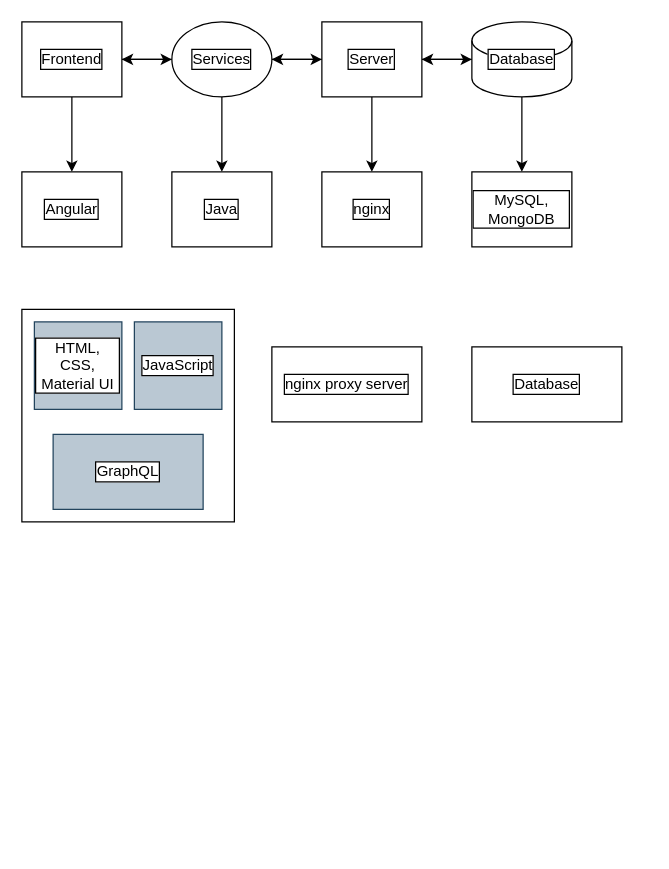
Earlier version of the draw.io diagram ecommerceapp.drawio (shashank-priyadarshi/draw.io). Source tidied: cells renumbered, new cells numbered last; positions are measured from the earlier drawing's top-left corner, leaving out a move shared by most shapes. Both pictures are drawn from the tidied source at 125%, with x=0, y=0 at pixel (21, 21).
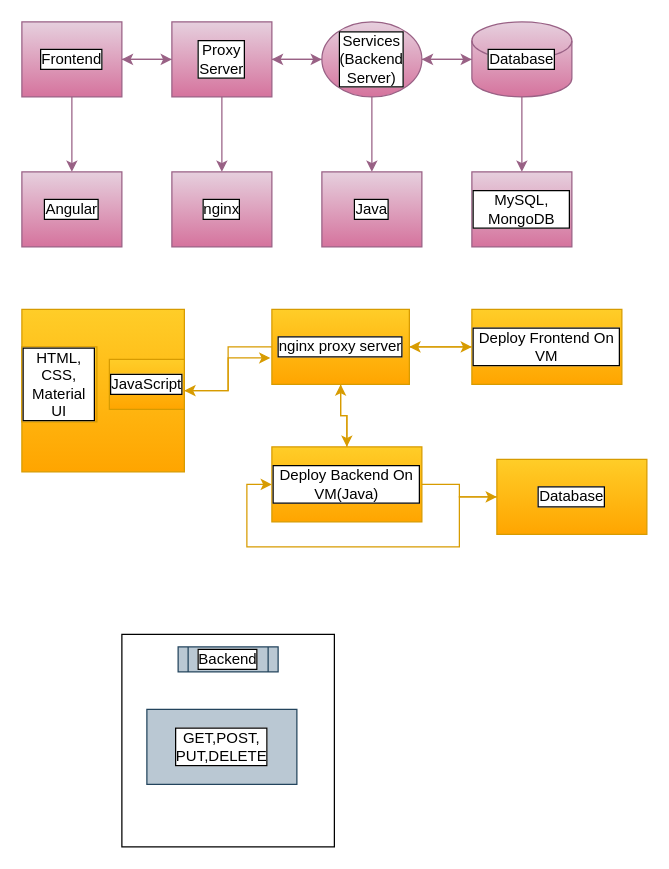
The same page after the edit.

Diff of the diagram source:
```diff
@@
-    <mxCell id="2" style="edgeStyle=orthogonalEdgeStyle;rounded=0;jettySize=auto;html=1;exitX=0.5;exitY=1;exitDx=0;exitDy=0;" parent="1" edge="1" source="4" target="14">
+    <mxCell id="2" style="edgeStyle=orthogonalEdgeStyle;rounded=0;jettySize=auto;html=1;exitX=0.5;exitY=1;exitDx=0;exitDy=0;fillColor=#e6d0de;strokeColor=#996185;gradientColor=#d5739d;" parent="1" edge="1" source="4" target="14">
       <mxGeometry relative="1" as="geometry" />
     </mxCell>
-    <mxCell id="3" style="edgeStyle=orthogonalEdgeStyle;rounded=0;jettySize=auto;html=1;" parent="1" edge="1" source="4" target="11">
-      <mxGeometry relative="1" as="geometry" />
-    </mxCell>
+    <mxCell id="26" style="edgeStyle=orthogonalEdgeStyle;rounded=0;jettySize=auto;html=1;entryX=0;entryY=0.5;entryDx=0;entryDy=0;fillColor=#e6d0de;strokeColor=#996185;gradientColor=#d5739d;" parent="1" edge="1" source="4" target="19">
+      <mxGeometry relative="1" as="geometry" />
+    </mxCell>
-    <mxCell id="4" value="Frontend" style="rounded=0;whiteSpace=wrap;html=1;labelBackgroundColor=default;labelBorderColor=default;" parent="1" vertex="1">
+    <mxCell id="4" value="Frontend" style="rounded=0;whiteSpace=wrap;html=1;labelBackgroundColor=default;labelBorderColor=default;fillColor=#e6d0de;strokeColor=#996185;gradientColor=#d5739d;" parent="1" vertex="1">
       <mxGeometry width="80" height="60" as="geometry" />
     </mxCell>
-    <mxCell id="5" style="edgeStyle=orthogonalEdgeStyle;rounded=0;jettySize=auto;html=1;exitX=0.5;exitY=1;exitDx=0;exitDy=0;exitPerimeter=0;entryX=0.5;entryY=0;entryDx=0;entryDy=0;" parent="1" edge="1" source="7" target="13">
+    <mxCell id="5" style="edgeStyle=orthogonalEdgeStyle;rounded=0;jettySize=auto;html=1;exitX=0.5;exitY=1;exitDx=0;exitDy=0;exitPerimeter=0;entryX=0.5;entryY=0;entryDx=0;entryDy=0;fillColor=#e6d0de;strokeColor=#996185;gradientColor=#d5739d;" parent="1" edge="1" source="7" target="13">
       <mxGeometry relative="1" as="geometry" />
     </mxCell>
-    <mxCell id="6" style="edgeStyle=orthogonalEdgeStyle;rounded=0;jettySize=auto;html=1;entryX=1;entryY=0.5;entryDx=0;entryDy=0;" parent="1" edge="1" source="7" target="19">
-      <mxGeometry relative="1" as="geometry" />
-    </mxCell>
+    <mxCell id="27" style="edgeStyle=orthogonalEdgeStyle;rounded=0;jettySize=auto;html=1;fillColor=#e6d0de;strokeColor=#996185;gradientColor=#d5739d;" parent="1" edge="1" source="7" target="11">
+      <mxGeometry relative="1" as="geometry" />
+    </mxCell>
-    <mxCell id="7" value="Database" style="shape=cylinder3;html=1;boundedLbl=1;backgroundOutline=1;size=15;labelBackgroundColor=default;labelBorderColor=default;whiteSpace=wrap;spacingTop=-25;" parent="1" vertex="1">
+    <mxCell id="7" value="Database" style="shape=cylinder3;html=1;boundedLbl=1;backgroundOutline=1;size=15;labelBackgroundColor=default;labelBorderColor=default;whiteSpace=wrap;spacingTop=-25;fillColor=#e6d0de;strokeColor=#996185;gradientColor=#d5739d;" parent="1" vertex="1">
       <mxGeometry x="360" width="80" height="60" as="geometry" />
     </mxCell>
-    <mxCell id="8" style="edgeStyle=orthogonalEdgeStyle;rounded=0;jettySize=auto;html=1;exitX=0.5;exitY=1;exitDx=0;exitDy=0;entryX=0.5;entryY=0;entryDx=0;entryDy=0;" parent="1" edge="1" source="11" target="12">
+    <mxCell id="8" style="edgeStyle=orthogonalEdgeStyle;rounded=0;jettySize=auto;html=1;exitX=0.5;exitY=1;exitDx=0;exitDy=0;entryX=0.5;entryY=0;entryDx=0;entryDy=0;fillColor=#e6d0de;strokeColor=#996185;gradientColor=#d5739d;" parent="1" edge="1" source="11" target="12">
       <mxGeometry relative="1" as="geometry" />
     </mxCell>
-    <mxCell id="9" style="edgeStyle=orthogonalEdgeStyle;rounded=0;jettySize=auto;html=1;" parent="1" edge="1" source="11" target="19">
+    <mxCell id="9" style="edgeStyle=orthogonalEdgeStyle;rounded=0;jettySize=auto;html=1;entryX=1;entryY=0.5;entryDx=0;entryDy=0;fillColor=#e6d0de;strokeColor=#996185;gradientColor=#d5739d;" parent="1" edge="1" source="11" target="19">
       <mxGeometry relative="1" as="geometry" />
     </mxCell>
-    <mxCell id="10" style="edgeStyle=orthogonalEdgeStyle;rounded=0;jettySize=auto;html=1;" parent="1" edge="1" source="11" target="4">
-      <mxGeometry relative="1" as="geometry" />
-    </mxCell>
+    <mxCell id="28" style="edgeStyle=orthogonalEdgeStyle;rounded=0;jettySize=auto;html=1;entryX=0;entryY=0.5;entryDx=0;entryDy=0;entryPerimeter=0;fillColor=#e6d0de;strokeColor=#996185;gradientColor=#d5739d;" parent="1" edge="1" source="11" target="7">
+      <mxGeometry relative="1" as="geometry" />
+    </mxCell>
-    <mxCell id="11" value="Services" style="ellipse;whiteSpace=wrap;html=1;labelBackgroundColor=default;labelBorderColor=default;" parent="1" vertex="1">
-      <mxGeometry x="120" width="80" height="60" as="geometry" />
+    <mxCell id="11" value="Services&lt;br&gt;(Backend&lt;br&gt;Server)" style="ellipse;whiteSpace=wrap;html=1;labelBackgroundColor=default;labelBorderColor=default;fillColor=#e6d0de;strokeColor=#996185;gradientColor=#d5739d;" parent="1" vertex="1">
+      <mxGeometry x="240" width="80" height="60" as="geometry" />
     </mxCell>
-    <mxCell id="12" value="Java" style="rounded=0;whiteSpace=wrap;html=1;labelBackgroundColor=default;labelBorderColor=default;" parent="1" vertex="1">
-      <mxGeometry x="120" y="120" width="80" height="60" as="geometry" />
+    <mxCell id="12" value="Java" style="rounded=0;whiteSpace=wrap;html=1;labelBackgroundColor=default;labelBorderColor=default;fillColor=#e6d0de;strokeColor=#996185;gradientColor=#d5739d;" parent="1" vertex="1">
+      <mxGeometry x="240" y="120" width="80" height="60" as="geometry" />
     </mxCell>
-    <mxCell id="13" value="MySQL, MongoDB" style="rounded=0;whiteSpace=wrap;html=1;labelBackgroundColor=default;labelBorderColor=default;" parent="1" vertex="1">
+    <mxCell id="13" value="MySQL, MongoDB" style="rounded=0;whiteSpace=wrap;html=1;labelBackgroundColor=default;labelBorderColor=default;fillColor=#e6d0de;strokeColor=#996185;gradientColor=#d5739d;" parent="1" vertex="1">
       <mxGeometry x="360" y="120" width="80" height="60" as="geometry" />
     </mxCell>
-    <mxCell id="14" value="Angular" style="rounded=0;whiteSpace=wrap;html=1;labelBackgroundColor=default;labelBorderColor=default;" parent="1" vertex="1">
+    <mxCell id="14" value="Angular" style="rounded=0;whiteSpace=wrap;html=1;labelBackgroundColor=default;labelBorderColor=default;fillColor=#e6d0de;strokeColor=#996185;gradientColor=#d5739d;" parent="1" vertex="1">
       <mxGeometry y="120" width="80" height="60" as="geometry" />
     </mxCell>
-    <mxCell id="15" value="nginx" style="rounded=0;whiteSpace=wrap;html=1;labelBackgroundColor=default;labelBorderColor=default;" parent="1" vertex="1">
-      <mxGeometry x="240" y="120" width="80" height="60" as="geometry" />
+    <mxCell id="15" value="nginx" style="rounded=0;whiteSpace=wrap;html=1;labelBackgroundColor=default;labelBorderColor=default;fillColor=#e6d0de;strokeColor=#996185;gradientColor=#d5739d;" parent="1" vertex="1">
+      <mxGeometry x="120" y="120" width="80" height="60" as="geometry" />
     </mxCell>
+    <mxCell id="29" style="edgeStyle=orthogonalEdgeStyle;rounded=0;jettySize=auto;html=1;entryX=1;entryY=0.5;entryDx=0;entryDy=0;fillColor=#e6d0de;strokeColor=#996185;gradientColor=#d5739d;" parent="1" edge="1" source="19" target="4">
+      <mxGeometry relative="1" as="geometry" />
+    </mxCell>
+    <mxCell id="18" style="edgeStyle=orthogonalEdgeStyle;rounded=0;jettySize=auto;html=1;fillColor=#e6d0de;strokeColor=#996185;gradientColor=#d5739d;" parent="1" edge="1" source="19" target="11">
+      <mxGeometry relative="1" as="geometry" />
+    </mxCell>
-    <mxCell id="16" style="edgeStyle=orthogonalEdgeStyle;rounded=0;jettySize=auto;html=1;exitX=0.5;exitY=1;exitDx=0;exitDy=0;" parent="1" edge="1" source="19" target="15">
+    <mxCell id="16" style="edgeStyle=orthogonalEdgeStyle;rounded=0;jettySize=auto;html=1;entryX=0.5;entryY=0;entryDx=0;entryDy=0;fillColor=#e6d0de;strokeColor=#996185;gradientColor=#d5739d;" parent="1" edge="1" source="19" target="15">
       <mxGeometry relative="1" as="geometry" />
     </mxCell>
-    <mxCell id="17" style="edgeStyle=orthogonalEdgeStyle;rounded=0;jettySize=auto;html=1;" parent="1" edge="1" source="19" target="7">
-      <mxGeometry relative="1" as="geometry" />
-    </mxCell>
-    <mxCell id="18" style="edgeStyle=orthogonalEdgeStyle;rounded=0;jettySize=auto;html=1;entryX=1;entryY=0.5;entryDx=0;entryDy=0;" parent="1" edge="1" source="19" target="11">
-      <mxGeometry relative="1" as="geometry" />
-    </mxCell>
-    <mxCell id="19" value="Server" style="rounded=0;whiteSpace=wrap;html=1;labelBackgroundColor=default;labelBorderColor=default;" parent="1" vertex="1">
-      <mxGeometry x="240" width="80" height="60" as="geometry" />
+    <mxCell id="19" value="Proxy&lt;br&gt;Server" style="rounded=0;whiteSpace=wrap;html=1;labelBackgroundColor=default;labelBorderColor=default;fillColor=#e6d0de;strokeColor=#996185;gradientColor=#d5739d;" parent="1" vertex="1">
+      <mxGeometry x="120" width="80" height="60" as="geometry" />
     </mxCell>
+    <mxCell id="30" style="edgeStyle=orthogonalEdgeStyle;rounded=0;jettySize=auto;html=1;entryX=-0.011;entryY=0.647;entryDx=0;entryDy=0;entryPerimeter=0;fillColor=#ffcd28;gradientColor=#ffa500;strokeColor=#d79b00;" parent="1" edge="1" source="20" target="24">
+      <mxGeometry relative="1" as="geometry" />
+    </mxCell>
-    <mxCell id="20" style="whiteSpace=wrap;html=1;labelBackgroundColor=default;labelBorderColor=default;" parent="1" vertex="1">
-      <mxGeometry y="230" width="170" height="170" as="geometry" />
+    <mxCell id="20" style="whiteSpace=wrap;html=1;labelBackgroundColor=default;labelBorderColor=default;fillColor=#ffcd28;gradientColor=#ffa500;strokeColor=#d79b00;" parent="1" vertex="1">
+      <mxGeometry y="230" width="130" height="130" as="geometry" />
     </mxCell>
-    <mxCell id="21" value="HTML, CSS, Material UI" style="whiteSpace=wrap;html=1;labelBackgroundColor=default;labelBorderColor=default;fillColor=#bac8d3;strokeColor=#23445d;" parent="1" vertex="1">
-      <mxGeometry x="10" y="240" width="70" height="70" as="geometry" />
+    <mxCell id="21" value="HTML, CSS, Material UI" style="whiteSpace=wrap;html=1;labelBackgroundColor=default;labelBorderColor=default;fillColor=#ffcd28;gradientColor=#ffa500;strokeColor=#d79b00;" parent="1" vertex="1">
+      <mxGeometry y="260" width="60" height="60" as="geometry" />
     </mxCell>
-    <mxCell id="22" value="JavaScript" style="rounded=0;whiteSpace=wrap;html=1;labelBackgroundColor=default;labelBorderColor=default;fillColor=#bac8d3;strokeColor=#23445d;" parent="1" vertex="1">
-      <mxGeometry x="90" y="240" width="70" height="70" as="geometry" />
+    <mxCell id="22" value="JavaScript" style="rounded=0;whiteSpace=wrap;html=1;labelBackgroundColor=default;labelBorderColor=default;fillColor=#ffcd28;gradientColor=#ffa500;strokeColor=#d79b00;" parent="1" vertex="1">
+      <mxGeometry x="70" y="270" width="60" height="40" as="geometry" />
     </mxCell>
-    <mxCell id="23" value="GraphQL" style="rounded=0;whiteSpace=wrap;html=1;labelBackgroundColor=default;labelBorderColor=default;fillColor=#bac8d3;strokeColor=#23445d;" parent="1" vertex="1">
-      <mxGeometry x="25" y="330" width="120" height="60" as="geometry" />
-    </mxCell>
+    <mxCell id="31" style="edgeStyle=orthogonalEdgeStyle;rounded=0;jettySize=auto;html=1;entryX=0;entryY=0.5;entryDx=0;entryDy=0;fillColor=#ffcd28;gradientColor=#ffa500;strokeColor=#d79b00;" parent="1" edge="1" source="24" target="36">
+      <mxGeometry relative="1" as="geometry" />
+    </mxCell>
+    <mxCell id="32" style="edgeStyle=orthogonalEdgeStyle;rounded=0;jettySize=auto;html=1;fillColor=#ffcd28;gradientColor=#ffa500;strokeColor=#d79b00;" parent="1" edge="1" source="24" target="20">
+      <mxGeometry relative="1" as="geometry" />
+    </mxCell>
+    <mxCell id="33" style="edgeStyle=orthogonalEdgeStyle;rounded=0;jettySize=auto;html=1;entryX=0.5;entryY=0;entryDx=0;entryDy=0;fillColor=#ffcd28;gradientColor=#ffa500;strokeColor=#d79b00;" parent="1" edge="1" source="24" target="39">
+      <mxGeometry relative="1" as="geometry" />
+    </mxCell>
-    <mxCell id="24" value="nginx proxy server" style="rounded=0;whiteSpace=wrap;html=1;labelBackgroundColor=default;labelBorderColor=default;" parent="1" vertex="1">
-      <mxGeometry x="200" y="260" width="120" height="60" as="geometry" />
+    <mxCell id="24" value="nginx proxy server" style="rounded=0;whiteSpace=wrap;html=1;labelBackgroundColor=default;labelBorderColor=default;fillColor=#ffcd28;gradientColor=#ffa500;strokeColor=#d79b00;" parent="1" vertex="1">
+      <mxGeometry x="200" y="230" width="110" height="60" as="geometry" />
     </mxCell>
+    <mxCell id="34" style="edgeStyle=orthogonalEdgeStyle;rounded=0;jettySize=auto;html=1;entryX=0;entryY=0.5;entryDx=0;entryDy=0;fillColor=#ffcd28;gradientColor=#ffa500;strokeColor=#d79b00;" parent="1" edge="1" source="25" target="39">
+      <mxGeometry relative="1" as="geometry" />
+    </mxCell>
-    <mxCell id="25" value="Database" style="rounded=0;whiteSpace=wrap;html=1;labelBackgroundColor=default;labelBorderColor=default;" parent="1" vertex="1">
-      <mxGeometry x="360" y="260" width="120" height="60" as="geometry" />
+    <mxCell id="25" value="Database" style="rounded=0;whiteSpace=wrap;html=1;labelBackgroundColor=default;labelBorderColor=default;fillColor=#ffcd28;gradientColor=#ffa500;strokeColor=#d79b00;" parent="1" vertex="1">
+      <mxGeometry x="380" y="350" width="120" height="60" as="geometry" />
     </mxCell>
+    <mxCell id="35" style="edgeStyle=orthogonalEdgeStyle;rounded=0;jettySize=auto;html=1;fillColor=#ffcd28;gradientColor=#ffa500;strokeColor=#d79b00;" parent="1" edge="1" source="36" target="24">
+      <mxGeometry relative="1" as="geometry" />
+    </mxCell>
+    <mxCell id="36" value="Deploy Frontend On VM" style="rounded=0;whiteSpace=wrap;html=1;labelBackgroundColor=default;labelBorderColor=default;fillColor=#ffcd28;gradientColor=#ffa500;strokeColor=#d79b00;" parent="1" vertex="1">
+      <mxGeometry x="360" y="230" width="120" height="60" as="geometry" />
+    </mxCell>
+    <mxCell id="37" style="edgeStyle=orthogonalEdgeStyle;rounded=0;jettySize=auto;html=1;fillColor=#ffcd28;gradientColor=#ffa500;strokeColor=#d79b00;" parent="1" edge="1" source="39" target="25">
+      <mxGeometry relative="1" as="geometry" />
+    </mxCell>
+    <mxCell id="38" style="edgeStyle=orthogonalEdgeStyle;rounded=0;jettySize=auto;html=1;entryX=0.5;entryY=1;entryDx=0;entryDy=0;fillColor=#ffcd28;gradientColor=#ffa500;strokeColor=#d79b00;" parent="1" edge="1" source="39" target="24">
+      <mxGeometry relative="1" as="geometry" />
+    </mxCell>
+    <mxCell id="39" value="Deploy Backend On VM(Java)" style="rounded=0;whiteSpace=wrap;html=1;labelBackgroundColor=default;labelBorderColor=default;fillColor=#ffcd28;gradientColor=#ffa500;strokeColor=#d79b00;" parent="1" vertex="1">
+      <mxGeometry x="200" y="340" width="120" height="60" as="geometry" />
+    </mxCell>
+    <mxCell id="40" style="whiteSpace=wrap;html=1;labelBackgroundColor=default;labelBorderColor=default;" parent="1" vertex="1">
+      <mxGeometry x="80" y="490" width="170" height="170" as="geometry" />
+    </mxCell>
+    <mxCell id="41" value="GET,POST,&lt;br&gt;PUT,DELETE" style="rounded=0;whiteSpace=wrap;html=1;labelBackgroundColor=default;labelBorderColor=default;fillColor=#bac8d3;strokeColor=#23445d;" parent="1" vertex="1">
+      <mxGeometry x="100" y="550" width="120" height="60" as="geometry" />
+    </mxCell>
+    <mxCell id="42" value="Backend" style="shape=process;whiteSpace=wrap;html=1;backgroundOutline=1;labelBackgroundColor=default;labelBorderColor=default;fillColor=#bac8d3;strokeColor=#23445d;" parent="1" vertex="1">
+      <mxGeometry x="125" y="500" width="80" height="20" as="geometry" />
+    </mxCell>
```
